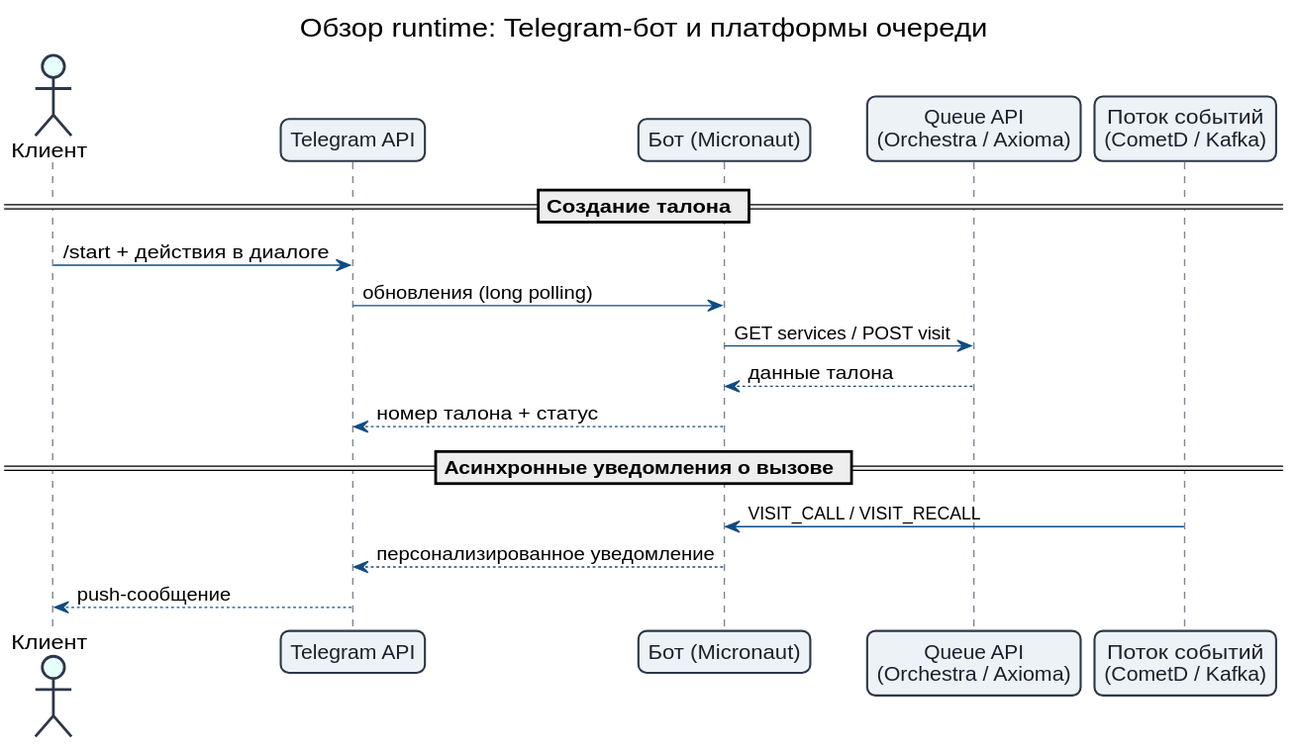
The PlantUML diagram docs/diagrams/runtime-overview.svg in psokolov25/chatBotJava, before a commit.
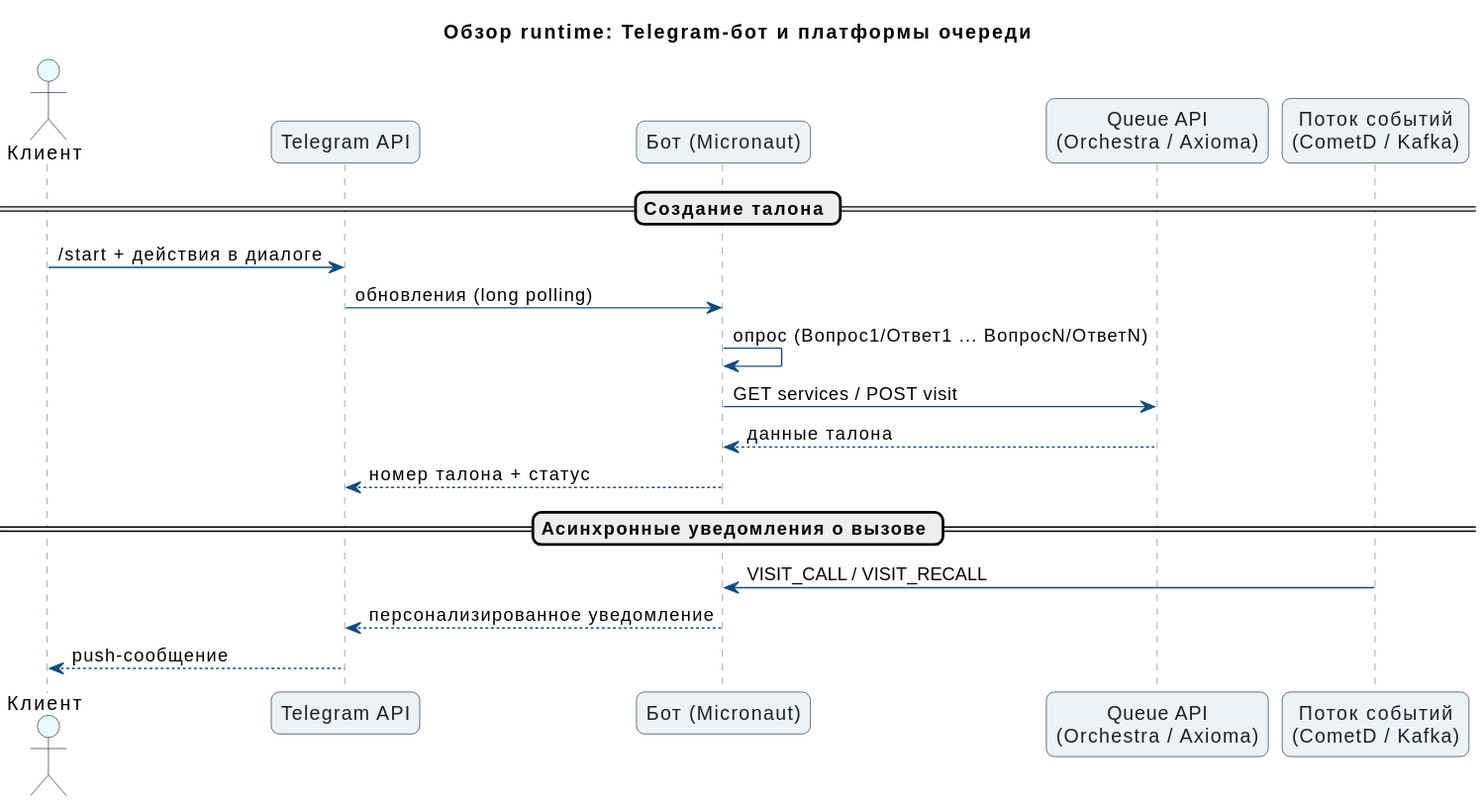
Above is the later version.

Change to the diagram source:
```diff
@@ -23,6 +23,7 @@
 == Создание талона ==
 User -> Telegram: /start + действия в диалоге
 Telegram -> Bot: обновления (long polling)
+Bot -> Bot: опрос (Вопрос1/Ответ1 ... ВопросN/ОтветN)
 Bot -> Queue: GET services / POST visit
 Queue --> Bot: данные талона
 Bot --> Telegram: номер талона + статус
```
